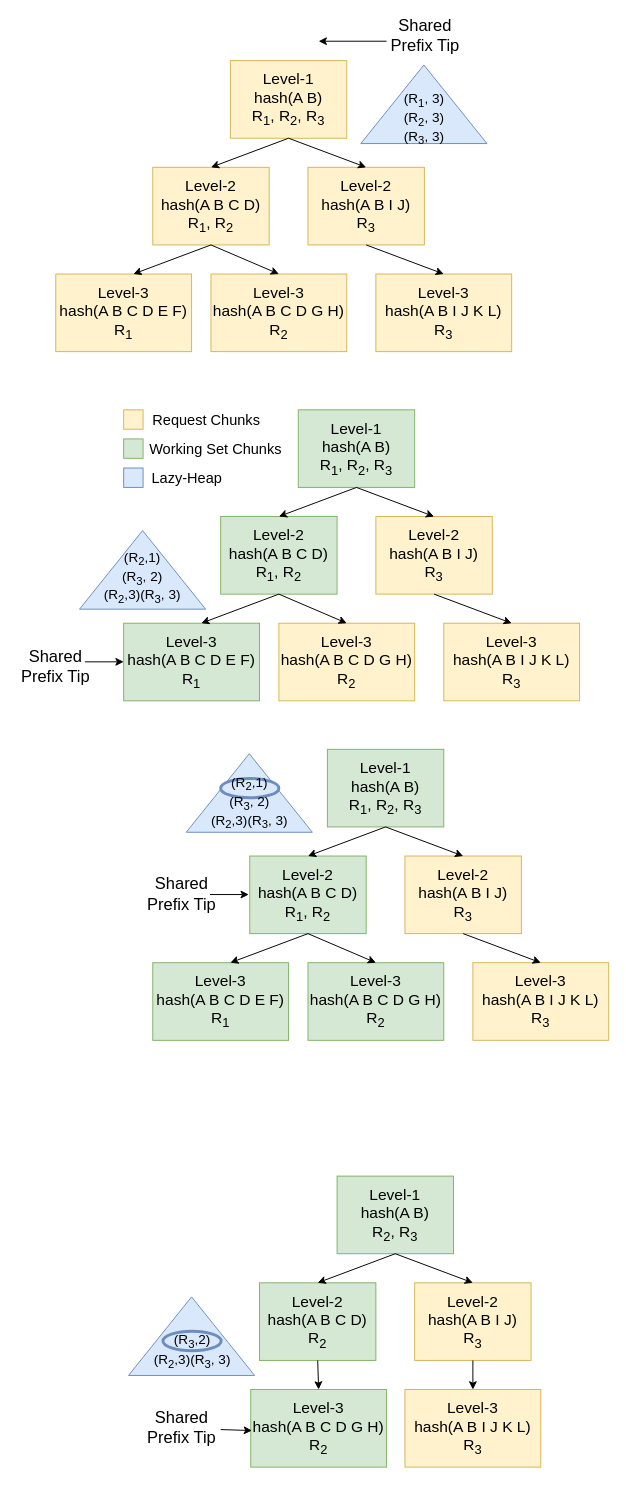
Above: documentation/illustrations/chunked_hash_tree.drawio in sakshamrathi21/Structured_LLM_Optimization (draw.io), before the change. Source tidied: cells renumbered, new cells numbered last; positions are measured from the earlier drawing's top-left corner, leaving out a move shared by most shapes. Both pictures are drawn from the tidied source at 97%, with x=0, y=0 at pixel (16, 21).
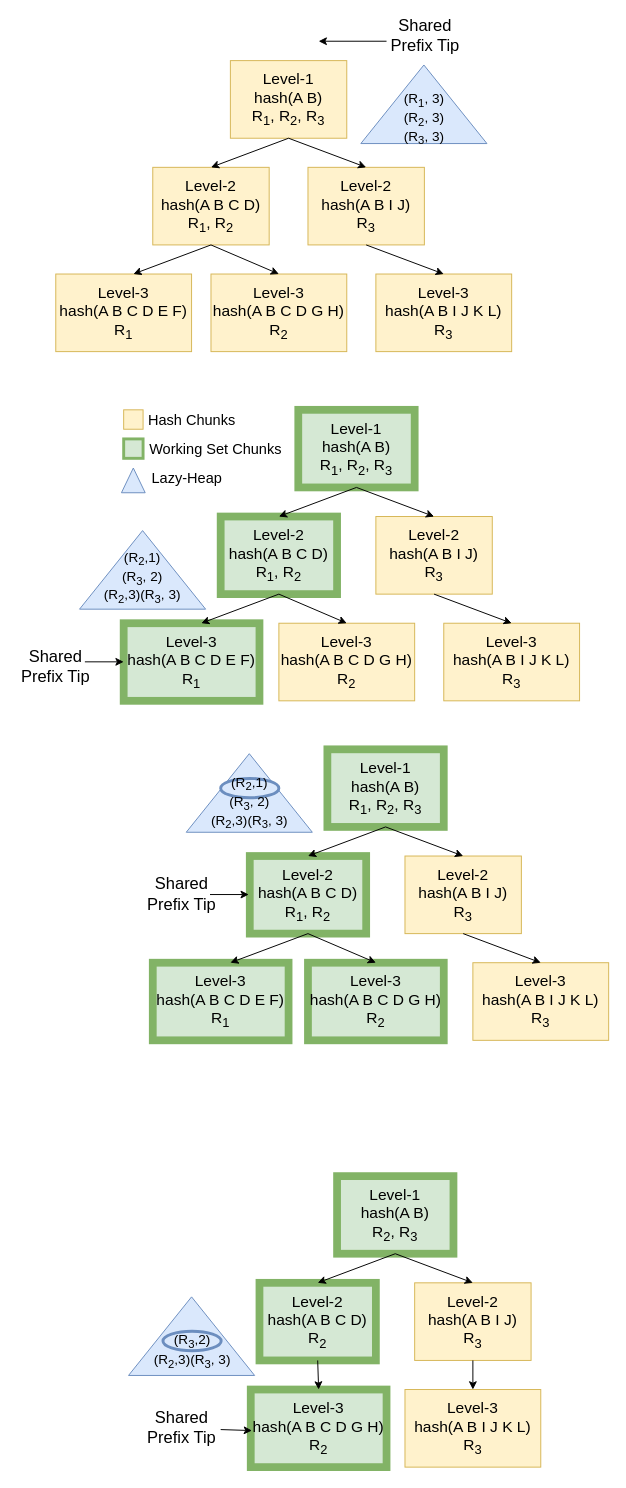
The same diagram, later.

Diff of the diagram source:
```diff
@@
-    <mxCell id="13" value="&lt;font style=&quot;font-size: 16px;&quot;&gt;Level-1&lt;br&gt;hash(A B)&lt;br&gt;&lt;/font&gt;&lt;div&gt;&lt;font style=&quot;font-size: 16px;&quot;&gt;&lt;font style=&quot;&quot;&gt;&lt;span style=&quot;background-color: transparent; color: light-dark(rgb(0, 0, 0), rgb(255, 255, 255));&quot;&gt;R&lt;/span&gt;&lt;sub style=&quot;background-color: transparent; color: light-dark(rgb(0, 0, 0), rgb(255, 255, 255));&quot;&gt;1&lt;/sub&gt;,&amp;nbsp;&lt;/font&gt;&lt;span style=&quot;background-color: transparent; color: light-dark(rgb(0, 0, 0), rgb(255, 255, 255));&quot;&gt;R&lt;/span&gt;&lt;sub style=&quot;background-color: transparent; color: light-dark(rgb(0, 0, 0), rgb(255, 255, 255));&quot;&gt;2&lt;/sub&gt;&lt;span style=&quot;background-color: transparent; color: light-dark(rgb(0, 0, 0), rgb(255, 255, 255));&quot;&gt;,&amp;nbsp;&lt;/span&gt;&lt;span style=&quot;background-color: transparent; color: light-dark(rgb(0, 0, 0), rgb(255, 255, 255));&quot;&gt;R&lt;/span&gt;&lt;sub style=&quot;background-color: transparent; color: light-dark(rgb(0, 0, 0), rgb(255, 255, 255));&quot;&gt;3&lt;/sub&gt;&lt;/font&gt;&lt;/div&gt;" style="rounded=0;whiteSpace=wrap;html=1;fillColor=#d5e8d4;strokeColor=#82b366;" parent="1" vertex="1">
+    <mxCell id="13" value="&lt;font style=&quot;font-size: 16px;&quot;&gt;Level-1&lt;br&gt;hash(A B)&lt;br&gt;&lt;/font&gt;&lt;div&gt;&lt;font style=&quot;font-size: 16px;&quot;&gt;&lt;font style=&quot;&quot;&gt;&lt;span style=&quot;background-color: transparent; color: light-dark(rgb(0, 0, 0), rgb(255, 255, 255));&quot;&gt;R&lt;/span&gt;&lt;sub style=&quot;background-color: transparent; color: light-dark(rgb(0, 0, 0), rgb(255, 255, 255));&quot;&gt;1&lt;/sub&gt;,&amp;nbsp;&lt;/font&gt;&lt;span style=&quot;background-color: transparent; color: light-dark(rgb(0, 0, 0), rgb(255, 255, 255));&quot;&gt;R&lt;/span&gt;&lt;sub style=&quot;background-color: transparent; color: light-dark(rgb(0, 0, 0), rgb(255, 255, 255));&quot;&gt;2&lt;/sub&gt;&lt;span style=&quot;background-color: transparent; color: light-dark(rgb(0, 0, 0), rgb(255, 255, 255));&quot;&gt;,&amp;nbsp;&lt;/span&gt;&lt;span style=&quot;background-color: transparent; color: light-dark(rgb(0, 0, 0), rgb(255, 255, 255));&quot;&gt;R&lt;/span&gt;&lt;sub style=&quot;background-color: transparent; color: light-dark(rgb(0, 0, 0), rgb(255, 255, 255));&quot;&gt;3&lt;/sub&gt;&lt;/font&gt;&lt;/div&gt;" style="rounded=0;whiteSpace=wrap;html=1;fillColor=#d5e8d4;strokeColor=#82b366;strokeWidth=8;" parent="1" vertex="1">
       <mxGeometry x="290" y="400" width="120" height="80" as="geometry" />
     </mxCell>
-    <mxCell id="14" value="&lt;font style=&quot;font-size: 16px;&quot;&gt;Level-2&lt;/font&gt;&lt;div&gt;&lt;font style=&quot;font-size: 16px;&quot;&gt;hash(A B C D)&lt;br&gt;&lt;/font&gt;&lt;div&gt;&lt;font style=&quot;font-size: 16px;&quot;&gt;&lt;font style=&quot;&quot;&gt;&lt;span style=&quot;background-color: transparent; color: light-dark(rgb(0, 0, 0), rgb(255, 255, 255));&quot;&gt;R&lt;/span&gt;&lt;sub style=&quot;background-color: transparent; color: light-dark(rgb(0, 0, 0), rgb(255, 255, 255));&quot;&gt;1&lt;/sub&gt;,&amp;nbsp;&lt;/font&gt;&lt;span style=&quot;background-color: transparent; color: light-dark(rgb(0, 0, 0), rgb(255, 255, 255));&quot;&gt;R&lt;/span&gt;&lt;sub style=&quot;background-color: transparent; color: light-dark(rgb(0, 0, 0), rgb(255, 255, 255));&quot;&gt;2&lt;/sub&gt;&lt;/font&gt;&lt;/div&gt;&lt;/div&gt;" style="rounded=0;whiteSpace=wrap;html=1;fillColor=#d5e8d4;strokeColor=#82b366;" parent="1" vertex="1">
+    <mxCell id="14" value="&lt;font style=&quot;font-size: 16px;&quot;&gt;Level-2&lt;/font&gt;&lt;div&gt;&lt;font style=&quot;font-size: 16px;&quot;&gt;hash(A B C D)&lt;br&gt;&lt;/font&gt;&lt;div&gt;&lt;font style=&quot;font-size: 16px;&quot;&gt;&lt;font style=&quot;&quot;&gt;&lt;span style=&quot;background-color: transparent; color: light-dark(rgb(0, 0, 0), rgb(255, 255, 255));&quot;&gt;R&lt;/span&gt;&lt;sub style=&quot;background-color: transparent; color: light-dark(rgb(0, 0, 0), rgb(255, 255, 255));&quot;&gt;1&lt;/sub&gt;,&amp;nbsp;&lt;/font&gt;&lt;span style=&quot;background-color: transparent; color: light-dark(rgb(0, 0, 0), rgb(255, 255, 255));&quot;&gt;R&lt;/span&gt;&lt;sub style=&quot;background-color: transparent; color: light-dark(rgb(0, 0, 0), rgb(255, 255, 255));&quot;&gt;2&lt;/sub&gt;&lt;/font&gt;&lt;/div&gt;&lt;/div&gt;" style="rounded=0;whiteSpace=wrap;html=1;fillColor=#d5e8d4;strokeColor=#82b366;strokeWidth=8;" parent="1" vertex="1">
       <mxGeometry x="210" y="510" width="120" height="80" as="geometry" />
     </mxCell>
@@
-    <mxCell id="18" value="&lt;font style=&quot;font-size: 16px;&quot;&gt;Level-3&lt;br&gt;hash(A B C D E F)&lt;/font&gt;&lt;div&gt;&lt;font style=&quot;font-size: 16px;&quot;&gt;R&lt;sub style=&quot;&quot;&gt;1&lt;/sub&gt;&lt;/font&gt;&lt;/div&gt;" style="rounded=0;whiteSpace=wrap;html=1;fillColor=#d5e8d4;strokeColor=#82b366;" parent="1" vertex="1">
+    <mxCell id="18" value="&lt;font style=&quot;font-size: 16px;&quot;&gt;Level-3&lt;br&gt;hash(A B C D E F)&lt;/font&gt;&lt;div&gt;&lt;font style=&quot;font-size: 16px;&quot;&gt;R&lt;sub style=&quot;&quot;&gt;1&lt;/sub&gt;&lt;/font&gt;&lt;/div&gt;" style="rounded=0;whiteSpace=wrap;html=1;fillColor=#d5e8d4;strokeColor=#82b366;strokeWidth=8;" parent="1" vertex="1">
       <mxGeometry x="110" y="620" width="140" height="80" as="geometry" />
     </mxCell>
@@
-    <mxCell id="32" value="&lt;font style=&quot;font-size: 16px;&quot;&gt;Level-1&lt;br&gt;hash(A B)&lt;br&gt;&lt;/font&gt;&lt;div&gt;&lt;font style=&quot;font-size: 16px;&quot;&gt;&lt;font style=&quot;&quot;&gt;&lt;span style=&quot;background-color: transparent; color: light-dark(rgb(0, 0, 0), rgb(255, 255, 255));&quot;&gt;R&lt;/span&gt;&lt;sub style=&quot;background-color: transparent; color: light-dark(rgb(0, 0, 0), rgb(255, 255, 255));&quot;&gt;1&lt;/sub&gt;,&amp;nbsp;&lt;/font&gt;&lt;span style=&quot;background-color: transparent; color: light-dark(rgb(0, 0, 0), rgb(255, 255, 255));&quot;&gt;R&lt;/span&gt;&lt;sub style=&quot;background-color: transparent; color: light-dark(rgb(0, 0, 0), rgb(255, 255, 255));&quot;&gt;2&lt;/sub&gt;&lt;span style=&quot;background-color: transparent; color: light-dark(rgb(0, 0, 0), rgb(255, 255, 255));&quot;&gt;,&amp;nbsp;&lt;/span&gt;&lt;span style=&quot;background-color: transparent; color: light-dark(rgb(0, 0, 0), rgb(255, 255, 255));&quot;&gt;R&lt;/span&gt;&lt;sub style=&quot;background-color: transparent; color: light-dark(rgb(0, 0, 0), rgb(255, 255, 255));&quot;&gt;3&lt;/sub&gt;&lt;/font&gt;&lt;/div&gt;" style="rounded=0;whiteSpace=wrap;html=1;fillColor=#d5e8d4;strokeColor=#82b366;" parent="1" vertex="1">
+    <mxCell id="32" value="&lt;font style=&quot;font-size: 16px;&quot;&gt;Level-1&lt;br&gt;hash(A B)&lt;br&gt;&lt;/font&gt;&lt;div&gt;&lt;font style=&quot;font-size: 16px;&quot;&gt;&lt;font style=&quot;&quot;&gt;&lt;span style=&quot;background-color: transparent; color: light-dark(rgb(0, 0, 0), rgb(255, 255, 255));&quot;&gt;R&lt;/span&gt;&lt;sub style=&quot;background-color: transparent; color: light-dark(rgb(0, 0, 0), rgb(255, 255, 255));&quot;&gt;1&lt;/sub&gt;,&amp;nbsp;&lt;/font&gt;&lt;span style=&quot;background-color: transparent; color: light-dark(rgb(0, 0, 0), rgb(255, 255, 255));&quot;&gt;R&lt;/span&gt;&lt;sub style=&quot;background-color: transparent; color: light-dark(rgb(0, 0, 0), rgb(255, 255, 255));&quot;&gt;2&lt;/sub&gt;&lt;span style=&quot;background-color: transparent; color: light-dark(rgb(0, 0, 0), rgb(255, 255, 255));&quot;&gt;,&amp;nbsp;&lt;/span&gt;&lt;span style=&quot;background-color: transparent; color: light-dark(rgb(0, 0, 0), rgb(255, 255, 255));&quot;&gt;R&lt;/span&gt;&lt;sub style=&quot;background-color: transparent; color: light-dark(rgb(0, 0, 0), rgb(255, 255, 255));&quot;&gt;3&lt;/sub&gt;&lt;/font&gt;&lt;/div&gt;" style="rounded=0;whiteSpace=wrap;html=1;fillColor=#d5e8d4;strokeColor=#82b366;strokeWidth=8;" parent="1" vertex="1">
       <mxGeometry x="320" y="750" width="120" height="80" as="geometry" />
     </mxCell>
-    <mxCell id="33" value="&lt;font style=&quot;font-size: 16px;&quot;&gt;Level-2&lt;br&gt;hash(A B C D)&lt;br&gt;&lt;/font&gt;&lt;div&gt;&lt;font style=&quot;font-size: 16px;&quot;&gt;&lt;font style=&quot;&quot;&gt;&lt;span style=&quot;background-color: transparent; color: light-dark(rgb(0, 0, 0), rgb(255, 255, 255));&quot;&gt;R&lt;/span&gt;&lt;sub style=&quot;background-color: transparent; color: light-dark(rgb(0, 0, 0), rgb(255, 255, 255));&quot;&gt;1&lt;/sub&gt;,&amp;nbsp;&lt;/font&gt;&lt;span style=&quot;background-color: transparent; color: light-dark(rgb(0, 0, 0), rgb(255, 255, 255));&quot;&gt;R&lt;/span&gt;&lt;sub style=&quot;background-color: transparent; color: light-dark(rgb(0, 0, 0), rgb(255, 255, 255));&quot;&gt;2&lt;/sub&gt;&lt;/font&gt;&lt;/div&gt;" style="rounded=0;whiteSpace=wrap;html=1;fillColor=#d5e8d4;strokeColor=#82b366;" parent="1" vertex="1">
+    <mxCell id="33" value="&lt;font style=&quot;font-size: 16px;&quot;&gt;Level-2&lt;br&gt;hash(A B C D)&lt;br&gt;&lt;/font&gt;&lt;div&gt;&lt;font style=&quot;font-size: 16px;&quot;&gt;&lt;font style=&quot;&quot;&gt;&lt;span style=&quot;background-color: transparent; color: light-dark(rgb(0, 0, 0), rgb(255, 255, 255));&quot;&gt;R&lt;/span&gt;&lt;sub style=&quot;background-color: transparent; color: light-dark(rgb(0, 0, 0), rgb(255, 255, 255));&quot;&gt;1&lt;/sub&gt;,&amp;nbsp;&lt;/font&gt;&lt;span style=&quot;background-color: transparent; color: light-dark(rgb(0, 0, 0), rgb(255, 255, 255));&quot;&gt;R&lt;/span&gt;&lt;sub style=&quot;background-color: transparent; color: light-dark(rgb(0, 0, 0), rgb(255, 255, 255));&quot;&gt;2&lt;/sub&gt;&lt;/font&gt;&lt;/div&gt;" style="rounded=0;whiteSpace=wrap;html=1;fillColor=#d5e8d4;strokeColor=#82b366;strokeWidth=8;" parent="1" vertex="1">
       <mxGeometry x="240" y="860" width="120" height="80" as="geometry" />
     </mxCell>
@@
-    <mxCell id="37" value="&lt;font style=&quot;font-size: 16px;&quot;&gt;Level-3&lt;br&gt;hash(A B C D E F)&lt;/font&gt;&lt;div&gt;&lt;font style=&quot;font-size: 16px;&quot;&gt;R&lt;sub style=&quot;&quot;&gt;1&lt;/sub&gt;&lt;/font&gt;&lt;/div&gt;" style="rounded=0;whiteSpace=wrap;html=1;fillColor=#d5e8d4;strokeColor=#82b366;" parent="1" vertex="1">
+    <mxCell id="37" value="&lt;font style=&quot;font-size: 16px;&quot;&gt;Level-3&lt;br&gt;hash(A B C D E F)&lt;/font&gt;&lt;div&gt;&lt;font style=&quot;font-size: 16px;&quot;&gt;R&lt;sub style=&quot;&quot;&gt;1&lt;/sub&gt;&lt;/font&gt;&lt;/div&gt;" style="rounded=0;whiteSpace=wrap;html=1;fillColor=#d5e8d4;strokeColor=#82b366;strokeWidth=8;" parent="1" vertex="1">
       <mxGeometry x="140" y="970" width="140" height="80" as="geometry" />
     </mxCell>
-    <mxCell id="38" value="&lt;font style=&quot;font-size: 16px;&quot;&gt;Level-3&lt;br&gt;hash(A B C D G H)&lt;/font&gt;&lt;div&gt;&lt;font style=&quot;font-size: 16px;&quot;&gt;R&lt;sub style=&quot;&quot;&gt;2&lt;/sub&gt;&lt;/font&gt;&lt;/div&gt;" style="rounded=0;whiteSpace=wrap;html=1;fillColor=#d5e8d4;strokeColor=#82b366;" parent="1" vertex="1">
+    <mxCell id="38" value="&lt;font style=&quot;font-size: 16px;&quot;&gt;Level-3&lt;br&gt;hash(A B C D G H)&lt;/font&gt;&lt;div&gt;&lt;font style=&quot;font-size: 16px;&quot;&gt;R&lt;sub style=&quot;&quot;&gt;2&lt;/sub&gt;&lt;/font&gt;&lt;/div&gt;" style="rounded=0;whiteSpace=wrap;html=1;fillColor=#d5e8d4;strokeColor=#82b366;strokeWidth=8;" parent="1" vertex="1">
       <mxGeometry x="300" y="970" width="140" height="80" as="geometry" />
     </mxCell>
@@
-    <mxCell id="48" value="&lt;font style=&quot;font-size: 16px;&quot;&gt;Level-1&lt;br&gt;hash(A B)&lt;br&gt;&lt;/font&gt;&lt;div&gt;&lt;font style=&quot;font-size: 16px;&quot;&gt;&lt;font style=&quot;&quot;&gt;&lt;span style=&quot;background-color: transparent; color: light-dark(rgb(0, 0, 0), rgb(255, 255, 255));&quot;&gt;R&lt;/span&gt;&lt;sub style=&quot;background-color: transparent; color: light-dark(rgb(0, 0, 0), rgb(255, 255, 255));&quot;&gt;2&lt;/sub&gt;,&amp;nbsp;&lt;/font&gt;&lt;span style=&quot;background-color: transparent; color: light-dark(rgb(0, 0, 0), rgb(255, 255, 255));&quot;&gt;R&lt;/span&gt;&lt;sub style=&quot;background-color: transparent; color: light-dark(rgb(0, 0, 0), rgb(255, 255, 255));&quot;&gt;3&lt;/sub&gt;&lt;/font&gt;&lt;/div&gt;" style="rounded=0;whiteSpace=wrap;html=1;fillColor=#d5e8d4;strokeColor=#82b366;" parent="1" vertex="1">
+    <mxCell id="48" value="&lt;font style=&quot;font-size: 16px;&quot;&gt;Level-1&lt;br&gt;hash(A B)&lt;br&gt;&lt;/font&gt;&lt;div&gt;&lt;font style=&quot;font-size: 16px;&quot;&gt;&lt;font style=&quot;&quot;&gt;&lt;span style=&quot;background-color: transparent; color: light-dark(rgb(0, 0, 0), rgb(255, 255, 255));&quot;&gt;R&lt;/span&gt;&lt;sub style=&quot;background-color: transparent; color: light-dark(rgb(0, 0, 0), rgb(255, 255, 255));&quot;&gt;2&lt;/sub&gt;,&amp;nbsp;&lt;/font&gt;&lt;span style=&quot;background-color: transparent; color: light-dark(rgb(0, 0, 0), rgb(255, 255, 255));&quot;&gt;R&lt;/span&gt;&lt;sub style=&quot;background-color: transparent; color: light-dark(rgb(0, 0, 0), rgb(255, 255, 255));&quot;&gt;3&lt;/sub&gt;&lt;/font&gt;&lt;/div&gt;" style="rounded=0;whiteSpace=wrap;html=1;fillColor=#d5e8d4;strokeColor=#82b366;strokeWidth=8;" parent="1" vertex="1">
       <mxGeometry x="330" y="1190" width="120" height="80" as="geometry" />
     </mxCell>
-    <mxCell id="49" value="&lt;font style=&quot;font-size: 16px;&quot;&gt;Level-2&lt;br&gt;hash(A B C D)&lt;/font&gt;&lt;div&gt;&lt;font style=&quot;font-size: 16px;&quot;&gt;R&lt;sub style=&quot;&quot;&gt;2&lt;/sub&gt;&lt;/font&gt;&lt;/div&gt;" style="rounded=0;whiteSpace=wrap;html=1;fillColor=#d5e8d4;strokeColor=#82b366;" parent="1" vertex="1">
+    <mxCell id="49" value="&lt;font style=&quot;font-size: 16px;&quot;&gt;Level-2&lt;br&gt;hash(A B C D)&lt;/font&gt;&lt;div&gt;&lt;font style=&quot;font-size: 16px;&quot;&gt;R&lt;sub style=&quot;&quot;&gt;2&lt;/sub&gt;&lt;/font&gt;&lt;/div&gt;" style="rounded=0;whiteSpace=wrap;html=1;fillColor=#d5e8d4;strokeColor=#82b366;strokeWidth=8;" parent="1" vertex="1">
       <mxGeometry x="250" y="1300" width="120" height="80" as="geometry" />
     </mxCell>
@@
-    <mxCell id="53" value="&lt;font style=&quot;font-size: 16px;&quot;&gt;Level-3&lt;br&gt;hash(A B C D G H)&lt;/font&gt;&lt;div&gt;&lt;font style=&quot;font-size: 16px;&quot;&gt;R&lt;sub style=&quot;&quot;&gt;2&lt;/sub&gt;&lt;/font&gt;&lt;/div&gt;" style="rounded=0;whiteSpace=wrap;html=1;fillColor=#d5e8d4;strokeColor=#82b366;" parent="1" vertex="1">
+    <mxCell id="53" value="&lt;font style=&quot;font-size: 16px;&quot;&gt;Level-3&lt;br&gt;hash(A B C D G H)&lt;/font&gt;&lt;div&gt;&lt;font style=&quot;font-size: 16px;&quot;&gt;R&lt;sub style=&quot;&quot;&gt;2&lt;/sub&gt;&lt;/font&gt;&lt;/div&gt;" style="rounded=0;whiteSpace=wrap;html=1;fillColor=#d5e8d4;strokeColor=#82b366;strokeWidth=8;" parent="1" vertex="1">
       <mxGeometry x="241" y="1410" width="140" height="80" as="geometry" />
     </mxCell>
@@
-    <mxCell id="62" style="rounded=0;whiteSpace=wrap;html=1;fillColor=#d5e8d4;strokeColor=#82b366;" parent="1" vertex="1">
+    <mxCell id="62" style="rounded=0;whiteSpace=wrap;html=1;fillColor=#d5e8d4;strokeColor=#82b366;strokeWidth=3;" parent="1" vertex="1">
       <mxGeometry x="110" y="430" width="20" height="20" as="geometry" />
     </mxCell>
@@
-    <mxCell id="65" value="&lt;font style=&quot;font-size: 15px;&quot;&gt;Request Chunks&lt;/font&gt;" style="text;html=1;whiteSpace=wrap;strokeColor=none;fillColor=none;align=center;verticalAlign=middle;rounded=0;" parent="1" vertex="1">
-      <mxGeometry x="135" y="395" width="121" height="30" as="geometry" />
+    <mxCell id="65" value="&lt;font style=&quot;font-size: 15px;&quot;&gt;Hash Chunks&lt;/font&gt;" style="text;html=1;whiteSpace=wrap;strokeColor=none;fillColor=none;align=center;verticalAlign=middle;rounded=0;" parent="1" vertex="1">
+      <mxGeometry x="120" y="395" width="121" height="30" as="geometry" />
     </mxCell>
-    <mxCell id="66" style="rounded=0;whiteSpace=wrap;html=1;fillColor=#dae8fc;strokeColor=#6c8ebf;" parent="1" vertex="1">
-      <mxGeometry x="110" y="460" width="20" height="20" as="geometry" />
-    </mxCell>
@@
+    <mxCell id="68" style="triangle;whiteSpace=wrap;html=1;rotation=-90;fillColor=#dae8fc;strokeColor=#6c8ebf;" parent="1" vertex="1">
+      <mxGeometry x="107.2" y="460.5" width="25.5" height="24.5" as="geometry" />
+    </mxCell>
```
